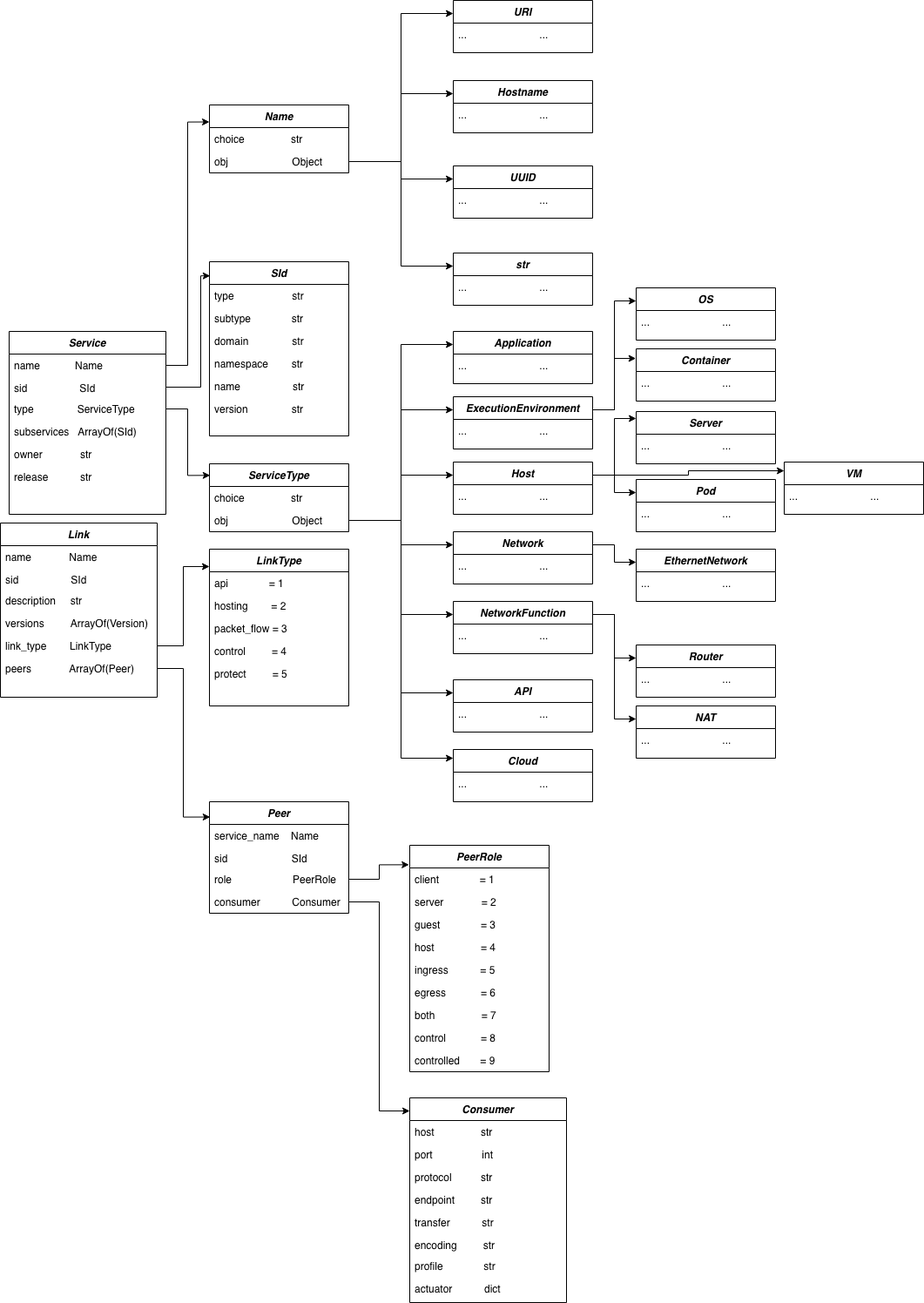
The draw.io diagram docs/source/ctxd/ctxd-datamodel.png in mattereppe/otupy, before a commit. Source tidied: cells renumbered, new cells last; positions are measured from the earlier drawing's top-left corner, leaving out a move shared by most shapes.
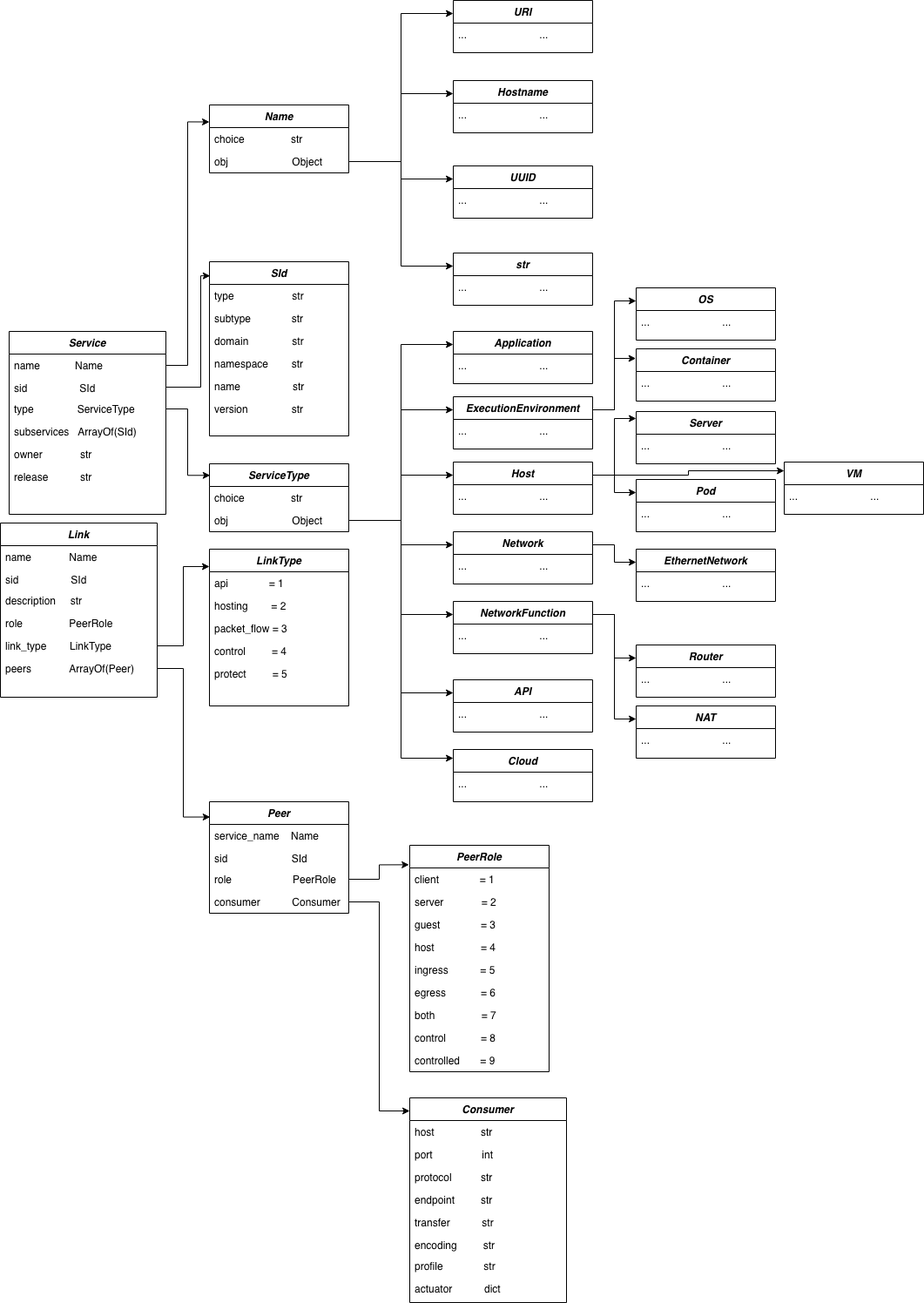
Later version of the same file.

Commit message:
Fixed error in ctxd doc

The edit, as a diff of the source:
```diff
@@ -77,7 +77,7 @@
     <mxCell id="26" value="description     str" style="text;align=left;verticalAlign=top;spacingLeft=4;spacingRight=4;overflow=hidden;rounded=0;shadow=0;html=0;" parent="23" vertex="1">
       <mxGeometry y="76" width="180" height="26" as="geometry" />
     </mxCell>
-    <mxCell id="27" value="versions         ArrayOf(Version)" style="text;align=left;verticalAlign=top;spacingLeft=4;spacingRight=4;overflow=hidden;rounded=0;shadow=0;html=0;" parent="23" vertex="1">
+    <mxCell id="27" value="role                PeerRole" style="text;align=left;verticalAlign=top;spacingLeft=4;spacingRight=4;overflow=hidden;rounded=0;shadow=0;html=0;" parent="23" vertex="1">
       <mxGeometry y="102" width="180" height="26" as="geometry" />
     </mxCell>
     <mxCell id="28" value="link_type        LinkType" style="text;align=left;verticalAlign=top;spacingLeft=4;spacingRight=4;overflow=hidden;points=[[0,0.5],[1,0.5]];portConstraint=eastwest;rounded=0;shadow=0;html=0;" parent="23" vertex="1">
```
